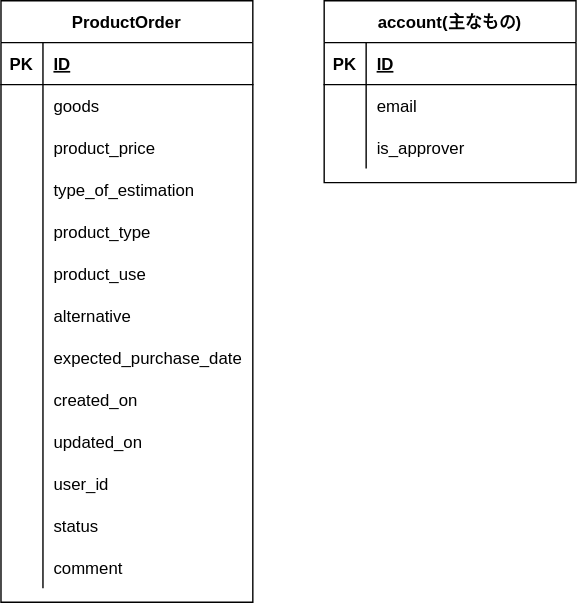
of3jlmssoo/small-app-django-bootstrap-django-tables2- keeps this draw.io diagram as docs/model.drawio.svg. Above is the earlier version. Source tidied: cells renumbered, new cells last; positions are measured from the earlier drawing's top-left corner, leaving out a move shared by most shapes.
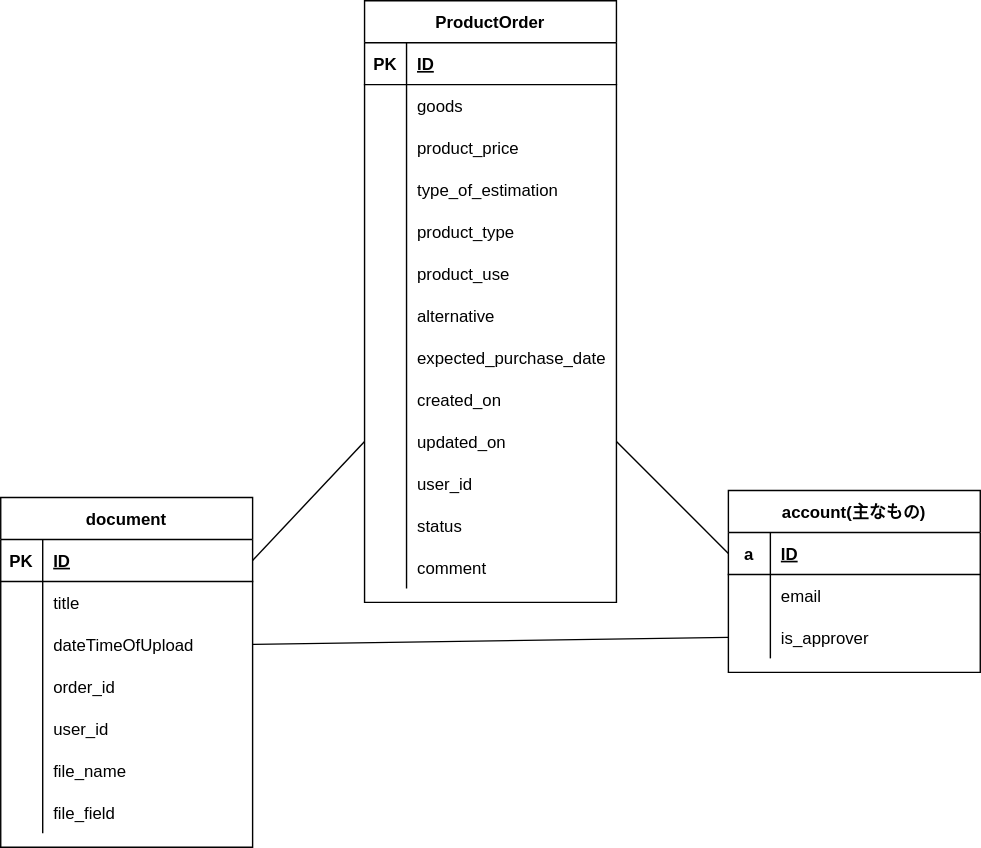
Above is the later version.

The edit, as a diff of the source:
```diff
@@ -3,7 +3,7 @@
     <mxCell id="0" />
     <mxCell id="1" parent="0" />
     <mxCell id="2" value="ProductOrder" style="shape=table;startSize=30;rowLines=0;fontStyle=1;align=center;" parent="1" vertex="1">
-      <mxGeometry width="180" height="430" as="geometry" />
+      <mxGeometry x="270" width="180" height="430" as="geometry" />
     </mxCell>
     <mxCell id="3" style="shape=partialRectangle;fillColor=none;top=0;left=0;bottom=1;right=0;" parent="2" vertex="1">
       <mxGeometry y="30" width="180" height="30" as="geometry" />
@@ -123,12 +123,12 @@
       <mxGeometry x="30" width="150" height="30" as="geometry" />
     </mxCell>
     <mxCell id="42" value="account(主なもの)" style="shape=table;startSize=30;rowLines=0;fontStyle=1;align=center;" parent="1" vertex="1">
-      <mxGeometry x="231" width="180" height="130" as="geometry" />
+      <mxGeometry x="530" y="350" width="180" height="130" as="geometry" />
     </mxCell>
     <mxCell id="43" style="shape=partialRectangle;fillColor=none;top=0;left=0;bottom=1;right=0;points=[[0,0.5],[1,0.5]];portConstraint=eastwest;" parent="42" vertex="1">
       <mxGeometry y="30" width="180" height="30" as="geometry" />
     </mxCell>
-    <mxCell id="44" value="PK" style="shape=partialRectangle;fillColor=none;top=0;left=0;bottom=0;right=0;fontStyle=1;overflow=hidden;fontColor=#000000;" parent="43" vertex="1">
+    <mxCell id="44" value="a" style="shape=partialRectangle;fillColor=none;top=0;left=0;bottom=0;right=0;fontStyle=1;overflow=hidden;fontColor=#000000;" parent="43" vertex="1">
       <mxGeometry width="30" height="30" as="geometry" />
     </mxCell>
     <mxCell id="45" value="ID  " style="shape=partialRectangle;fillColor=none;top=0;left=0;bottom=0;right=0;align=left;spacingLeft=6;fontStyle=5;overflow=hidden;fontColor=#000000;" parent="43" vertex="1">
@@ -152,5 +152,80 @@
     <mxCell id="51" value="is_approver" style="shape=partialRectangle;fillColor=none;top=0;left=0;bottom=0;right=0;align=left;spacingLeft=6;overflow=hidden;fontColor=#000000;" parent="49" vertex="1">
       <mxGeometry x="30" width="150" height="30" as="geometry" />
     </mxCell>
+    <mxCell id="52" value="document" style="shape=table;startSize=30;rowLines=0;fontStyle=1;align=center;" parent="1" vertex="1">
+      <mxGeometry x="10" y="355" width="180" height="250" as="geometry" />
+    </mxCell>
+    <mxCell id="53" style="shape=partialRectangle;fillColor=none;top=0;left=0;bottom=1;right=0;points=[[0,0.5],[1,0.5]];portConstraint=eastwest;" parent="52" vertex="1">
+      <mxGeometry y="30" width="180" height="30" as="geometry" />
+    </mxCell>
+    <mxCell id="54" value="PK" style="shape=partialRectangle;fillColor=none;top=0;left=0;bottom=0;right=0;fontStyle=1;overflow=hidden;fontColor=#000000;" parent="53" vertex="1">
+      <mxGeometry width="30" height="30" as="geometry" />
+    </mxCell>
+    <mxCell id="55" value="ID  " style="shape=partialRectangle;fillColor=none;top=0;left=0;bottom=0;right=0;align=left;spacingLeft=6;fontStyle=5;overflow=hidden;fontColor=#000000;" parent="53" vertex="1">
+      <mxGeometry x="30" width="150" height="30" as="geometry" />
+    </mxCell>
+    <mxCell id="56" style="shape=partialRectangle;fillColor=none;top=0;left=0;bottom=0;right=0;" parent="52" vertex="1">
+      <mxGeometry y="60" width="180" height="30" as="geometry" />
+    </mxCell>
+    <mxCell id="57" style="shape=partialRectangle;fillColor=none;top=0;left=0;bottom=0;right=0;overflow=hidden;" parent="56" vertex="1">
+      <mxGeometry width="30" height="30" as="geometry" />
+    </mxCell>
+    <mxCell id="58" value="title    " style="shape=partialRectangle;fillColor=none;top=0;left=0;bottom=0;right=0;align=left;spacingLeft=6;overflow=hidden;fontColor=#000000;" parent="56" vertex="1">
+      <mxGeometry x="30" width="150" height="30" as="geometry" />
+    </mxCell>
+    <mxCell id="59" style="shape=partialRectangle;fillColor=none;top=0;left=0;bottom=0;right=0;points=[[0,0.5],[1,0.5]];portConstraint=eastwest;" parent="52" vertex="1">
+      <mxGeometry y="90" width="180" height="30" as="geometry" />
+    </mxCell>
+    <mxCell id="60" style="shape=partialRectangle;fillColor=none;top=0;left=0;bottom=0;right=0;overflow=hidden;" parent="59" vertex="1">
+      <mxGeometry width="30" height="30" as="geometry" />
+    </mxCell>
+    <mxCell id="61" value="dateTimeOfUpload" style="shape=partialRectangle;fillColor=none;top=0;left=0;bottom=0;right=0;align=left;spacingLeft=6;overflow=hidden;fontColor=#000000;" parent="59" vertex="1">
+      <mxGeometry x="30" width="150" height="30" as="geometry" />
+    </mxCell>
+    <mxCell id="62" style="shape=partialRectangle;fillColor=none;top=0;left=0;bottom=0;right=0;" parent="52" vertex="1">
+      <mxGeometry y="120" width="180" height="30" as="geometry" />
+    </mxCell>
+    <mxCell id="63" style="shape=partialRectangle;fillColor=none;top=0;left=0;bottom=0;right=0;overflow=hidden;" parent="62" vertex="1">
+      <mxGeometry width="30" height="30" as="geometry" />
+    </mxCell>
+    <mxCell id="64" value="order_id" style="shape=partialRectangle;fillColor=none;top=0;left=0;bottom=0;right=0;align=left;spacingLeft=6;overflow=hidden;fontColor=#000000;" parent="62" vertex="1">
+      <mxGeometry x="30" width="150" height="30" as="geometry" />
+    </mxCell>
+    <mxCell id="65" style="shape=partialRectangle;fillColor=none;top=0;left=0;bottom=0;right=0;" parent="52" vertex="1">
+      <mxGeometry y="150" width="180" height="30" as="geometry" />
+    </mxCell>
+    <mxCell id="66" style="shape=partialRectangle;fillColor=none;top=0;left=0;bottom=0;right=0;overflow=hidden;" parent="65" vertex="1">
+      <mxGeometry width="30" height="30" as="geometry" />
+    </mxCell>
+    <mxCell id="67" value="user_id" style="shape=partialRectangle;fillColor=none;top=0;left=0;bottom=0;right=0;align=left;spacingLeft=6;overflow=hidden;fontColor=#000000;" parent="65" vertex="1">
+      <mxGeometry x="30" width="150" height="30" as="geometry" />
+    </mxCell>
+    <mxCell id="68" style="shape=partialRectangle;fillColor=none;top=0;left=0;bottom=0;right=0;" parent="52" vertex="1">
+      <mxGeometry y="180" width="180" height="30" as="geometry" />
+    </mxCell>
+    <mxCell id="69" style="shape=partialRectangle;fillColor=none;top=0;left=0;bottom=0;right=0;overflow=hidden;" parent="68" vertex="1">
+      <mxGeometry width="30" height="30" as="geometry" />
+    </mxCell>
+    <mxCell id="70" value="file_name" style="shape=partialRectangle;fillColor=none;top=0;left=0;bottom=0;right=0;align=left;spacingLeft=6;overflow=hidden;fontColor=#000000;" parent="68" vertex="1">
+      <mxGeometry x="30" width="150" height="30" as="geometry" />
+    </mxCell>
+    <mxCell id="71" style="shape=partialRectangle;fillColor=none;top=0;left=0;bottom=0;right=0;" parent="52" vertex="1">
+      <mxGeometry y="210" width="180" height="30" as="geometry" />
+    </mxCell>
+    <mxCell id="72" style="shape=partialRectangle;fillColor=none;top=0;left=0;bottom=0;right=0;overflow=hidden;" parent="71" vertex="1">
+      <mxGeometry width="30" height="30" as="geometry" />
+    </mxCell>
+    <mxCell id="73" value="file_field" style="shape=partialRectangle;fillColor=none;top=0;left=0;bottom=0;right=0;align=left;spacingLeft=6;overflow=hidden;fontColor=#000000;" parent="71" vertex="1">
+      <mxGeometry x="30" width="150" height="30" as="geometry" />
+    </mxCell>
+    <mxCell id="74" style="endArrow=none;html=1;exitX=1;exitY=0.5;exitDx=0;exitDy=0;entryX=0;entryY=0.5;entryDx=0;entryDy=0;strokeColor=#000000;" parent="1" edge="1" source="53" target="30">
+      <mxGeometry relative="1" as="geometry" />
+    </mxCell>
+    <mxCell id="75" style="endArrow=none;html=1;strokeColor=#000000;exitX=1;exitY=0.5;exitDx=0;exitDy=0;entryX=0;entryY=0.5;entryDx=0;entryDy=0;" parent="1" edge="1" source="59" target="49">
+      <mxGeometry relative="1" as="geometry" />
+    </mxCell>
+    <mxCell id="76" style="endArrow=none;html=1;exitX=0;exitY=0.5;exitDx=0;exitDy=0;entryX=1;entryY=0.5;entryDx=0;entryDy=0;strokeColor=#000000;" parent="1" edge="1" source="43" target="30">
+      <mxGeometry relative="1" as="geometry" />
+    </mxCell>
   </root>
 </mxGraphModel>
```
